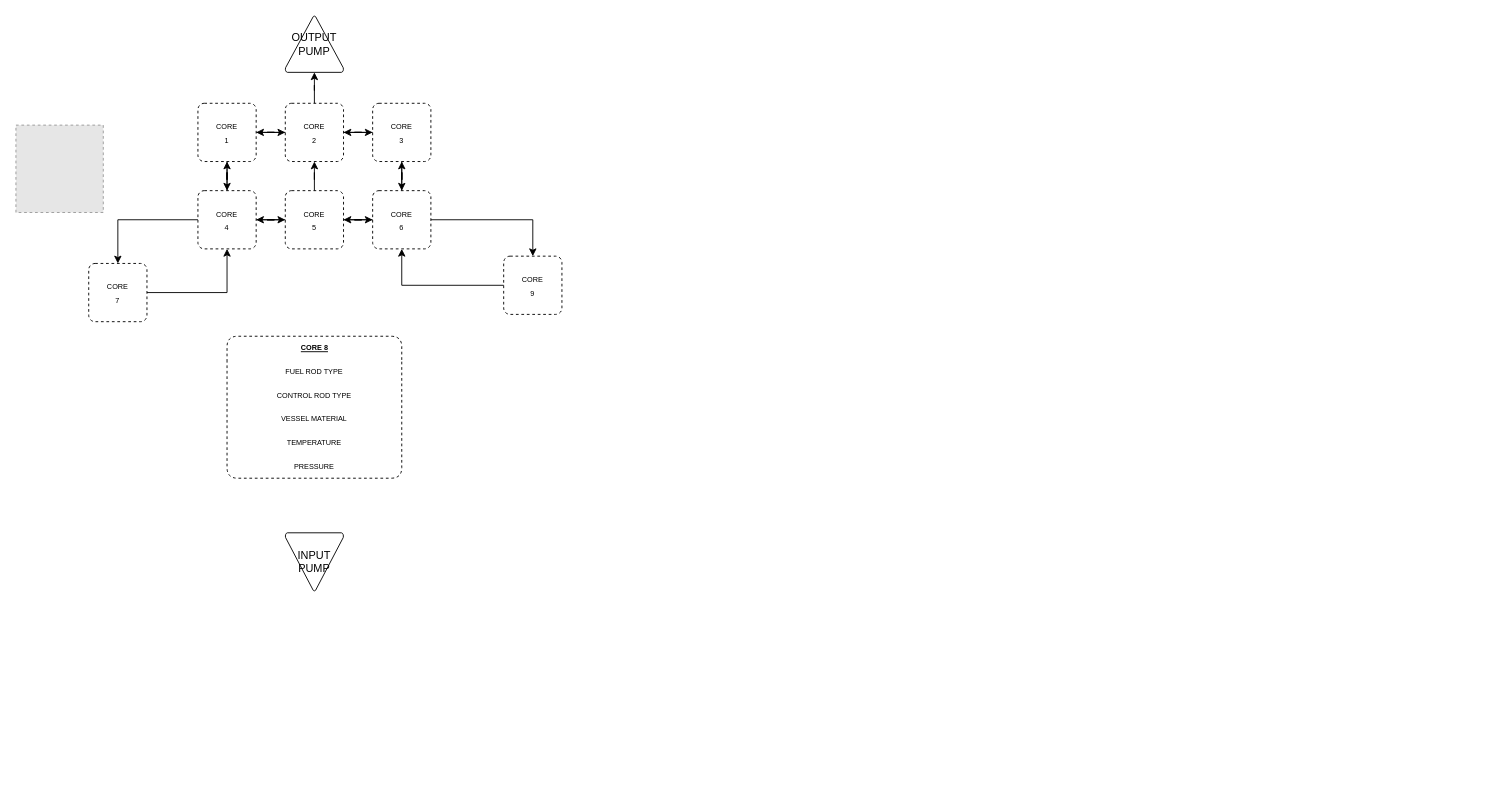
The draw.io diagram Modular_Reactor_Planning.drawio in DoctorSquishy/SS13_Modular_Reactor, before the edit. Source tidied: cells renumbered, new cells numbered last; positions are measured from the earlier drawing's top-left corner, leaving out a move shared by most shapes. Both pictures are drawn from the tidied source at 91%, with x=0, y=0 at pixel (15, 15). Pictures stored in the file or linked from it are replaced by grey dashed boxes.
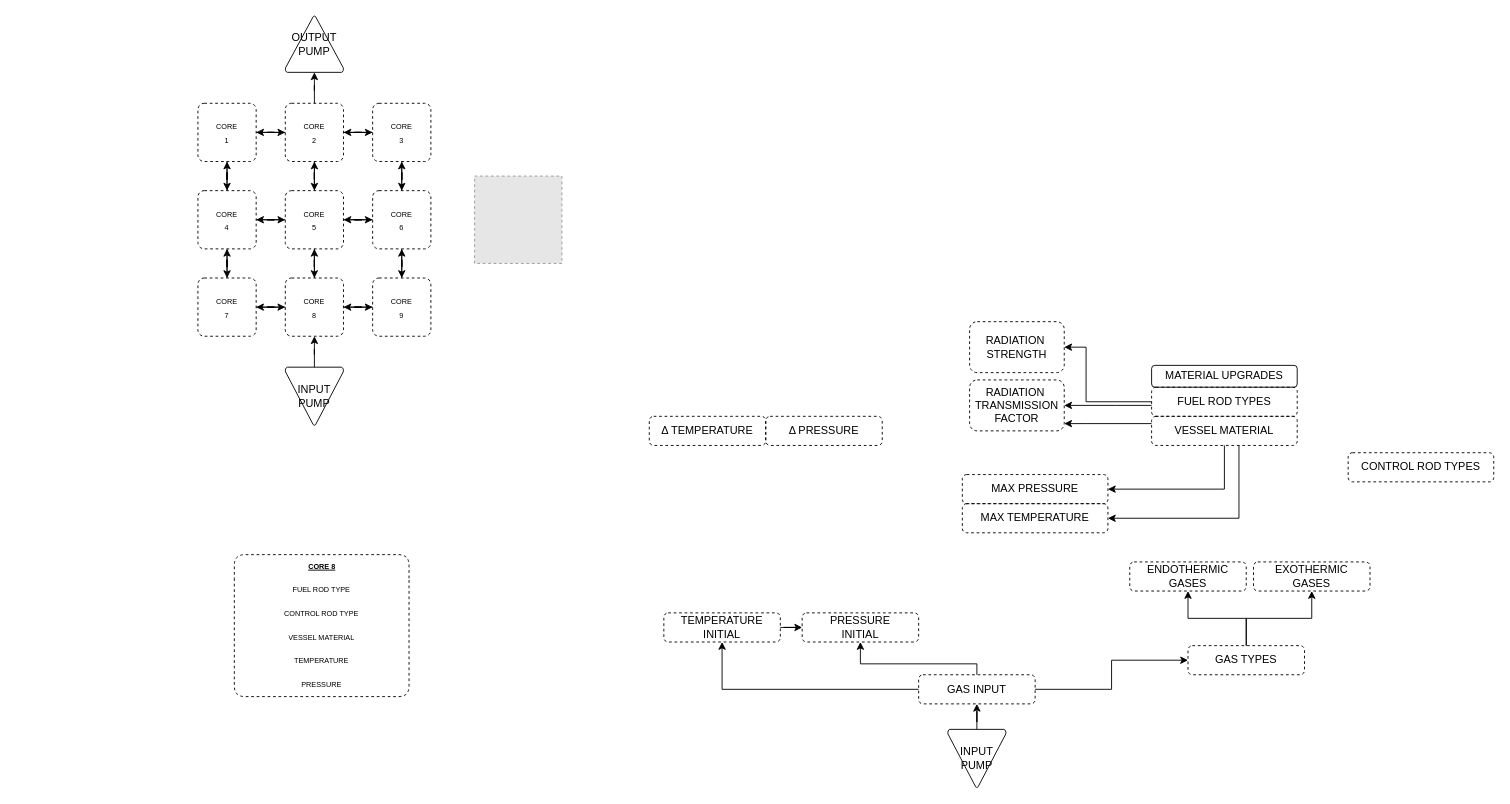
After the change.

Unchanged cells that the change refers to:
```xml
<mxCell id="9" value="&lt;div&gt;&lt;font style=&quot;font-size: 8px;&quot;&gt;CORE&lt;/font&gt;&lt;/div&gt;&lt;div&gt;&lt;font style=&quot;font-size: 8px;&quot;&gt;2&lt;br&gt;&lt;/font&gt;&lt;/div&gt;" style="rounded=1;whiteSpace=wrap;html=1;absoluteArcSize=1;arcSize=14;strokeWidth=1;fillColor=none;shadow=0;glass=0;strokeColor=default;dashed=1;fillStyle=auto;gradientColor=none;" parent="1" vertex="1">
  <mxGeometry x="296" y="96" width="64" height="64" as="geometry" />
</mxCell>
<mxCell id="20" value="&lt;div&gt;&lt;font style=&quot;font-size: 8px;&quot;&gt;CORE&lt;/font&gt;&lt;/div&gt;&lt;div&gt;&lt;font style=&quot;font-size: 8px;&quot;&gt;5&lt;br&gt;&lt;/font&gt;&lt;/div&gt;" style="rounded=1;whiteSpace=wrap;html=1;absoluteArcSize=1;arcSize=14;strokeWidth=1;fillColor=none;shadow=0;glass=0;strokeColor=default;dashed=1;fillStyle=auto;gradientColor=none;" parent="1" vertex="1">
  <mxGeometry x="296" y="192" width="64" height="64" as="geometry" />
</mxCell>
```

Diff of the diagram source:
```diff
@@
     <mxCell id="2" style="fillColor=#E6E6E6;strokeColor=#999999;dashed=1;verticalLabelPosition=bottom;labelBackgroundColor=default;verticalAlign=top;" parent="1" vertex="1">
-      <mxGeometry y="120" width="96" height="96" as="geometry" />
+      <mxGeometry x="504" y="176" width="96" height="96" as="geometry" />
     </mxCell>
@@
+    <mxCell id="38" style="edgeStyle=orthogonalEdgeStyle;rounded=0;jettySize=auto;html=1;" parent="1" edge="1" source="9" target="20">
+      <mxGeometry relative="1" as="geometry" />
+    </mxCell>
@@
+    <mxCell id="39" style="edgeStyle=orthogonalEdgeStyle;rounded=0;jettySize=auto;html=1;" parent="1" edge="1" source="20" target="74">
+      <mxGeometry relative="1" as="geometry" />
+    </mxCell>
@@
+    <mxCell id="40" style="edgeStyle=orthogonalEdgeStyle;rounded=0;jettySize=auto;html=1;" parent="1" edge="1" source="26" target="74">
+      <mxGeometry relative="1" as="geometry" />
+    </mxCell>
     <mxCell id="26" value="&lt;div&gt;&lt;font style=&quot;font-size: 8px;&quot;&gt;CORE&lt;/font&gt;&lt;/div&gt;&lt;div&gt;&lt;font style=&quot;font-size: 8px;&quot;&gt;7&lt;br&gt;&lt;/font&gt;&lt;/div&gt;" style="rounded=1;whiteSpace=wrap;html=1;absoluteArcSize=1;arcSize=14;strokeWidth=1;fillColor=none;shadow=0;glass=0;strokeColor=default;dashed=1;fillStyle=auto;gradientColor=none;" parent="1" vertex="1">
-      <mxGeometry x="80" y="272" width="64" height="64" as="geometry" />
+      <mxGeometry x="200" y="288" width="64" height="64" as="geometry" />
     </mxCell>
@@
+    <mxCell id="41" style="edgeStyle=orthogonalEdgeStyle;rounded=0;jettySize=auto;html=1;" parent="1" edge="1" source="28" target="74">
+      <mxGeometry relative="1" as="geometry" />
+    </mxCell>
     <mxCell id="28" value="&lt;div&gt;&lt;font style=&quot;font-size: 8px;&quot;&gt;CORE&lt;/font&gt;&lt;/div&gt;&lt;div&gt;&lt;font style=&quot;font-size: 8px;&quot;&gt;9&lt;br&gt;&lt;/font&gt;&lt;/div&gt;" style="rounded=1;whiteSpace=wrap;html=1;absoluteArcSize=1;arcSize=14;strokeWidth=1;fillColor=none;shadow=0;glass=0;strokeColor=default;dashed=1;fillStyle=auto;gradientColor=none;" parent="1" vertex="1">
-      <mxGeometry x="536" y="264" width="64" height="64" as="geometry" />
+      <mxGeometry x="392" y="288" width="64" height="64" as="geometry" />
     </mxCell>
     <mxCell id="29" style="edgeStyle=orthogonalEdgeStyle;rounded=0;orthogonalLoop=1;jettySize=auto;html=1;exitX=0.5;exitY=1;exitDx=0;exitDy=0;fontSize=8;" parent="1" edge="1">
       <mxGeometry relative="1" as="geometry">
-        <mxPoint x="304" y="352" as="sourcePoint" />
-        <mxPoint x="304" y="352" as="targetPoint" />
+        <mxPoint x="808" y="400" as="sourcePoint" />
+        <mxPoint x="808" y="400" as="targetPoint" />
       </mxGeometry>
     </mxCell>
+    <mxCell id="42" style="edgeStyle=orthogonalEdgeStyle;rounded=0;jettySize=auto;html=1;" parent="1" edge="1" source="30" target="46">
+      <mxGeometry relative="1" as="geometry" />
+    </mxCell>
     <mxCell id="30" value="&lt;div align=&quot;center&quot;&gt;&lt;font&gt;&lt;span style=&quot;color: light-dark(rgb(0, 0, 0), rgb(255, 255, 255));&quot;&gt;INPUT&lt;/span&gt;&lt;/font&gt;&lt;/div&gt;&lt;div align=&quot;center&quot;&gt;&lt;font&gt;&lt;span style=&quot;color: light-dark(rgb(0, 0, 0), rgb(255, 255, 255));&quot;&gt;PUMP&lt;/span&gt;&lt;/font&gt;&lt;/div&gt;" style="strokeWidth=1;html=1;shape=mxgraph.flowchart.merge_or_storage;whiteSpace=wrap;align=center;fillColor=none;strokeColor=light-dark(#000000,#007FFF);" parent="1" vertex="1">
-      <mxGeometry x="296" y="568" width="64" height="64" as="geometry" />
+      <mxGeometry x="1024" y="784" width="64" height="64" as="geometry" />
     </mxCell>
@@
     <mxCell id="32" value="&lt;u&gt;&lt;b&gt;CORE 8&lt;/b&gt;&lt;/u&gt;" style="swimlane;fontStyle=0;horizontal=1;startSize=26;fillColor=none;html=1;rounded=1;swimlaneLine=0;glass=0;shadow=0;strokeWidth=1;dashed=1;fontSize=8;" parent="1" vertex="1">
-      <mxGeometry x="232" y="352" width="192" height="156" as="geometry" />
+      <mxGeometry x="240" y="592" width="192" height="156" as="geometry" />
     </mxCell>
@@
+    <mxCell id="43" style="edgeStyle=orthogonalEdgeStyle;rounded=0;jettySize=auto;html=1;" parent="1" edge="1" source="46" target="48">
+      <mxGeometry relative="1" as="geometry" />
+    </mxCell>
+    <mxCell id="44" style="edgeStyle=orthogonalEdgeStyle;rounded=0;jettySize=auto;html=1;" parent="1" edge="1" source="46" target="49">
+      <mxGeometry relative="1" as="geometry">
+        <Array as="points">
+          <mxPoint x="1056" y="712" />
+          <mxPoint x="928" y="712" />
+        </Array>
+      </mxGeometry>
+    </mxCell>
+    <mxCell id="45" style="edgeStyle=orthogonalEdgeStyle;rounded=0;jettySize=auto;html=1;" parent="1" edge="1" source="46" target="52">
+      <mxGeometry relative="1" as="geometry" />
+    </mxCell>
+    <mxCell id="46" value="GAS INPUT" style="rounded=1;whiteSpace=wrap;html=1;fillColor=none;dashed=1;" parent="1" vertex="1">
+      <mxGeometry x="992" y="724" width="128" height="32" as="geometry" />
+    </mxCell>
+    <mxCell id="47" style="edgeStyle=orthogonalEdgeStyle;rounded=0;jettySize=auto;html=1;" parent="1" edge="1" source="48" target="49">
+      <mxGeometry relative="1" as="geometry" />
+    </mxCell>
+    <mxCell id="48" value="&lt;div&gt;TEMPERATURE&lt;/div&gt;&lt;div&gt;INITIAL&lt;br&gt;&lt;/div&gt;" style="rounded=1;whiteSpace=wrap;html=1;fillColor=none;dashed=1;" parent="1" vertex="1">
+      <mxGeometry x="712" y="656" width="128" height="32" as="geometry" />
+    </mxCell>
+    <mxCell id="49" value="&lt;div&gt;PRESSURE&lt;/div&gt;&lt;div&gt;INITIAL&lt;/div&gt;" style="rounded=1;whiteSpace=wrap;html=1;fillColor=none;dashed=1;" parent="1" vertex="1">
+      <mxGeometry x="864" y="656" width="128" height="32" as="geometry" />
+    </mxCell>
+    <mxCell id="50" style="edgeStyle=orthogonalEdgeStyle;rounded=0;jettySize=auto;html=1;" parent="1" edge="1" source="52" target="69">
+      <mxGeometry relative="1" as="geometry" />
+    </mxCell>
+    <mxCell id="51" style="edgeStyle=orthogonalEdgeStyle;rounded=0;jettySize=auto;html=1;" parent="1" edge="1" source="52" target="70">
+      <mxGeometry relative="1" as="geometry" />
+    </mxCell>
+    <mxCell id="52" value="GAS TYPES" style="rounded=1;whiteSpace=wrap;html=1;fillColor=none;dashed=1;" parent="1" vertex="1">
+      <mxGeometry x="1288" y="692" width="128" height="32" as="geometry" />
+    </mxCell>
+    <mxCell id="53" value="MATERIAL UPGRADES" style="rounded=1;whiteSpace=wrap;html=1;fillColor=none;" parent="1" vertex="1">
+      <mxGeometry x="1248" y="384" width="160" height="24" as="geometry" />
+    </mxCell>
+    <mxCell id="54" value="Δ TEMPERATURE" style="rounded=1;whiteSpace=wrap;html=1;fillColor=none;dashed=1;" parent="1" vertex="1">
+      <mxGeometry x="696" y="440" width="128" height="32" as="geometry" />
+    </mxCell>
+    <mxCell id="55" value="Δ PRESSURE" style="rounded=1;whiteSpace=wrap;html=1;fillColor=none;dashed=1;" parent="1" vertex="1">
+      <mxGeometry x="824" y="440" width="128" height="32" as="geometry" />
+    </mxCell>
+    <mxCell id="56" style="edgeStyle=orthogonalEdgeStyle;rounded=0;jettySize=auto;html=1;" parent="1" edge="1" source="58" target="64">
+      <mxGeometry relative="1" as="geometry">
+        <Array as="points">
+          <mxPoint x="1208" y="428" />
+          <mxPoint x="1208" y="428" />
+        </Array>
+      </mxGeometry>
+    </mxCell>
+    <mxCell id="57" style="edgeStyle=orthogonalEdgeStyle;rounded=0;jettySize=auto;html=1;" parent="1" edge="1" source="58" target="67">
+      <mxGeometry relative="1" as="geometry">
+        <Array as="points">
+          <mxPoint x="1176" y="424" />
+          <mxPoint x="1176" y="364" />
+        </Array>
+      </mxGeometry>
+    </mxCell>
+    <mxCell id="58" value="FUEL ROD TYPES" style="rounded=1;whiteSpace=wrap;html=1;fillColor=none;dashed=1;" parent="1" vertex="1">
+      <mxGeometry x="1248" y="408" width="160" height="32" as="geometry" />
+    </mxCell>
+    <mxCell id="59" value="CONTROL ROD TYPES" style="rounded=1;whiteSpace=wrap;html=1;fillColor=none;dashed=1;" parent="1" vertex="1">
+      <mxGeometry x="1464" y="480" width="160" height="32" as="geometry" />
+    </mxCell>
+    <mxCell id="60" style="edgeStyle=orthogonalEdgeStyle;rounded=0;jettySize=auto;html=1;" parent="1" edge="1" source="63" target="66">
+      <mxGeometry relative="1" as="geometry">
+        <Array as="points">
+          <mxPoint x="1328" y="520" />
+        </Array>
+      </mxGeometry>
+    </mxCell>
+    <mxCell id="61" style="edgeStyle=orthogonalEdgeStyle;rounded=0;jettySize=auto;html=1;" parent="1" edge="1" source="63" target="64">
+      <mxGeometry relative="1" as="geometry">
+        <Array as="points">
+          <mxPoint x="1176" y="448" />
+          <mxPoint x="1176" y="448" />
+        </Array>
+      </mxGeometry>
+    </mxCell>
+    <mxCell id="62" style="edgeStyle=orthogonalEdgeStyle;rounded=0;jettySize=auto;html=1;" parent="1" edge="1" source="63" target="65">
+      <mxGeometry relative="1" as="geometry">
+        <Array as="points">
+          <mxPoint x="1344" y="552" />
+        </Array>
+      </mxGeometry>
+    </mxCell>
+    <mxCell id="63" value="VESSEL MATERIAL" style="rounded=1;whiteSpace=wrap;html=1;fillColor=none;dashed=1;" parent="1" vertex="1">
+      <mxGeometry x="1248" y="440" width="160" height="32" as="geometry" />
+    </mxCell>
+    <mxCell id="64" value="&lt;div&gt;RADIATION&amp;nbsp;&lt;/div&gt;&lt;div&gt;TRANSMISSION&lt;/div&gt;&lt;div&gt;FACTOR&lt;br&gt;&lt;/div&gt;" style="rounded=1;whiteSpace=wrap;html=1;fillColor=none;dashed=1;" parent="1" vertex="1">
+      <mxGeometry x="1048" y="400" width="104" height="56" as="geometry" />
+    </mxCell>
+    <mxCell id="65" value="MAX TEMPERATURE" style="rounded=1;whiteSpace=wrap;html=1;fillColor=none;dashed=1;" parent="1" vertex="1">
+      <mxGeometry x="1040" y="536" width="160" height="32" as="geometry" />
+    </mxCell>
+    <mxCell id="66" value="MAX PRESSURE" style="rounded=1;whiteSpace=wrap;html=1;fillColor=none;dashed=1;" parent="1" vertex="1">
+      <mxGeometry x="1040" y="504" width="160" height="32" as="geometry" />
+    </mxCell>
+    <mxCell id="67" value="&lt;div&gt;RADIATION&amp;nbsp;&lt;/div&gt;STRENGTH" style="rounded=1;whiteSpace=wrap;html=1;fillColor=none;dashed=1;" parent="1" vertex="1">
+      <mxGeometry x="1048" y="336" width="104" height="56" as="geometry" />
+    </mxCell>
+    <mxCell id="68" style="edgeStyle=orthogonalEdgeStyle;rounded=0;orthogonalLoop=1;jettySize=auto;html=1;exitX=0.5;exitY=1;exitDx=0;exitDy=0;" parent="1" edge="1" source="67" target="67">
+      <mxGeometry relative="1" as="geometry" />
+    </mxCell>
+    <mxCell id="69" value="&lt;div&gt;ENDOTHERMIC&lt;/div&gt;&lt;div&gt;GASES&lt;br&gt;&lt;/div&gt;" style="rounded=1;whiteSpace=wrap;html=1;fillColor=none;dashed=1;" parent="1" vertex="1">
+      <mxGeometry x="1224" y="600" width="128" height="32" as="geometry" />
+    </mxCell>
+    <mxCell id="70" value="&lt;div&gt;EXOTHERMIC&lt;/div&gt;&lt;div&gt;GASES&lt;/div&gt;" style="rounded=1;whiteSpace=wrap;html=1;fillColor=none;dashed=1;" parent="1" vertex="1">
+      <mxGeometry x="1360" y="600" width="128" height="32" as="geometry" />
+    </mxCell>
+    <mxCell id="71" style="edgeStyle=orthogonalEdgeStyle;rounded=0;jettySize=auto;html=1;" parent="1" edge="1" source="74" target="28">
+      <mxGeometry relative="1" as="geometry" />
+    </mxCell>
+    <mxCell id="72" style="edgeStyle=orthogonalEdgeStyle;rounded=0;jettySize=auto;html=1;" parent="1" edge="1" source="74" target="26">
+      <mxGeometry relative="1" as="geometry" />
+    </mxCell>
+    <mxCell id="73" style="edgeStyle=orthogonalEdgeStyle;rounded=0;jettySize=auto;html=1;" parent="1" edge="1" source="74" target="20">
+      <mxGeometry relative="1" as="geometry" />
+    </mxCell>
+    <mxCell id="74" value="&lt;div&gt;&lt;font style=&quot;font-size: 8px;&quot;&gt;CORE&lt;/font&gt;&lt;/div&gt;&lt;div&gt;&lt;font style=&quot;font-size: 8px;&quot;&gt;8&lt;br&gt;&lt;/font&gt;&lt;/div&gt;" style="rounded=1;whiteSpace=wrap;html=1;absoluteArcSize=1;arcSize=14;strokeWidth=1;fillColor=none;shadow=0;glass=0;strokeColor=default;dashed=1;fillStyle=auto;gradientColor=none;" parent="1" vertex="1">
+      <mxGeometry x="296" y="288" width="64" height="64" as="geometry" />
+    </mxCell>
+    <mxCell id="75" style="edgeStyle=orthogonalEdgeStyle;rounded=0;jettySize=auto;html=1;" parent="1" edge="1" source="76" target="74">
+      <mxGeometry relative="1" as="geometry" />
+    </mxCell>
+    <mxCell id="76" value="&lt;div align=&quot;center&quot;&gt;&lt;font&gt;&lt;span style=&quot;color: light-dark(rgb(0, 0, 0), rgb(255, 255, 255));&quot;&gt;INPUT&lt;/span&gt;&lt;/font&gt;&lt;/div&gt;&lt;div align=&quot;center&quot;&gt;&lt;font&gt;&lt;span style=&quot;color: light-dark(rgb(0, 0, 0), rgb(255, 255, 255));&quot;&gt;PUMP&lt;/span&gt;&lt;/font&gt;&lt;/div&gt;" style="strokeWidth=1;html=1;shape=mxgraph.flowchart.merge_or_storage;whiteSpace=wrap;align=center;fillColor=none;strokeColor=light-dark(#000000,#007FFF);" parent="1" vertex="1">
+      <mxGeometry x="296" y="386" width="64" height="64" as="geometry" />
+    </mxCell>
```
